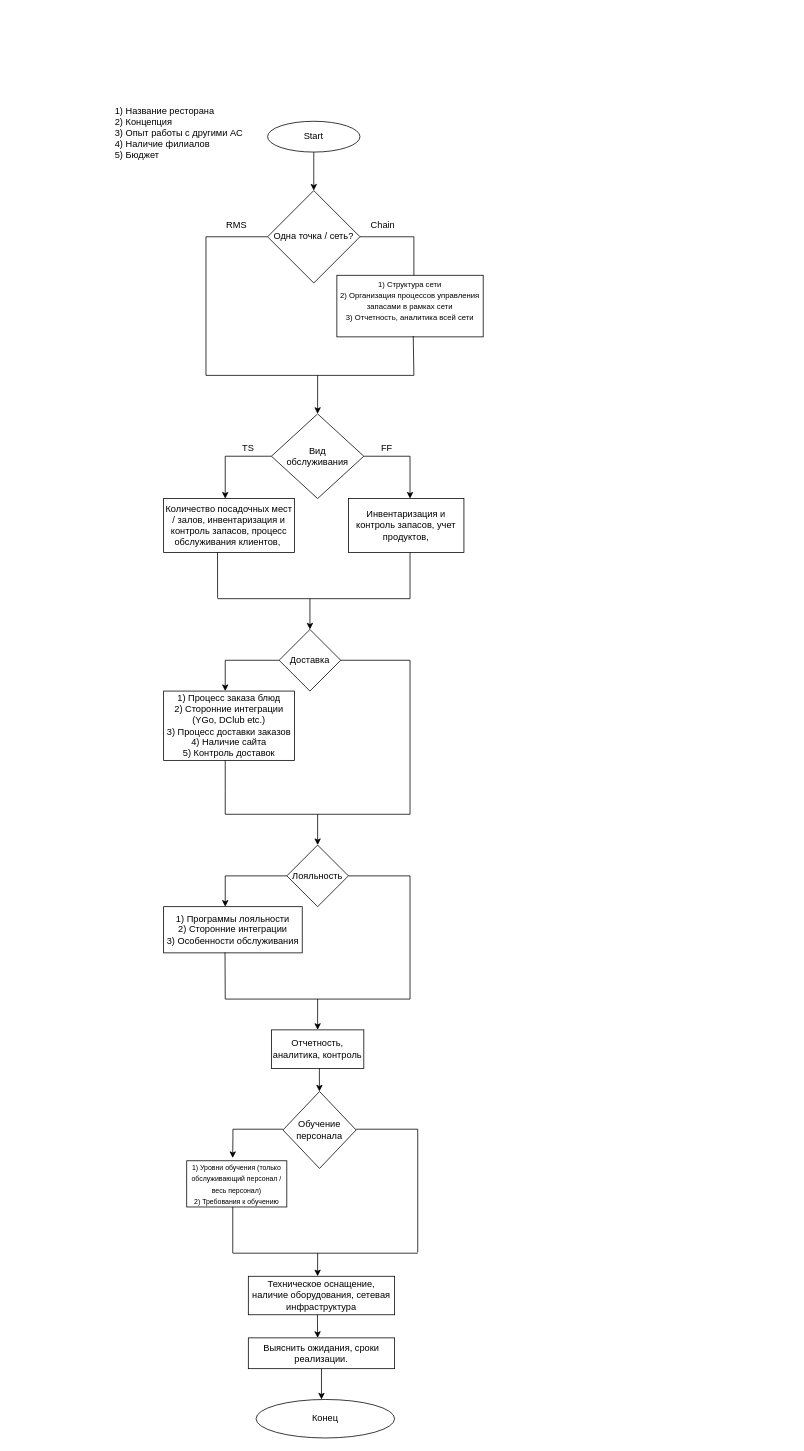
This is Диаграмма без названия.drawio from Luckybuzzzz/multibit, a draw.io file, before an edit. Source tidied: cells renumbered, new cells numbered last; positions are measured from the earlier drawing's top-left corner, leaving out a move shared by most shapes. Both pictures are drawn from the tidied source at 77%, with x=0, y=0 at pixel (113, 98).
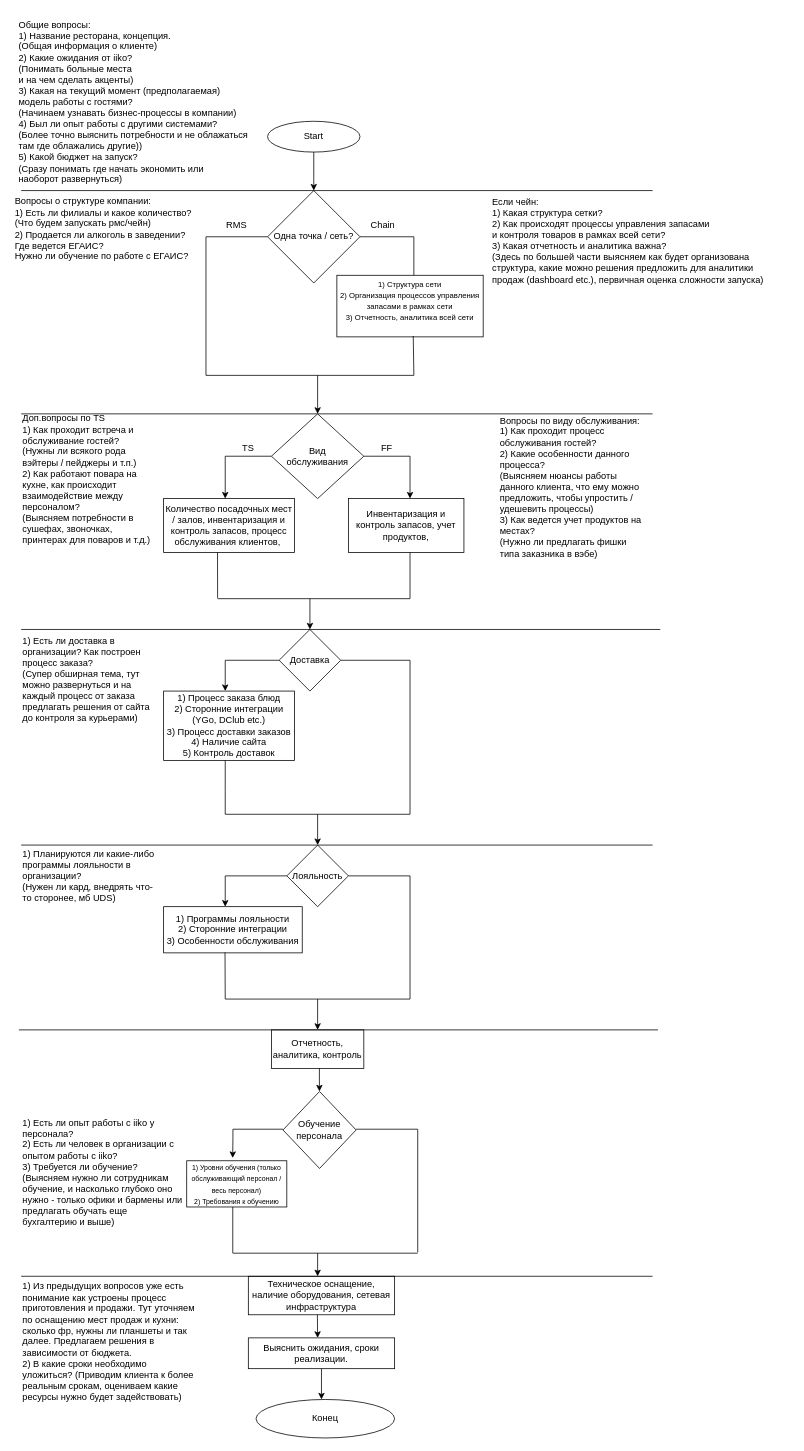
After the change.

What changed in the source:
```diff
@@
-    <mxCell id="53" value="&lt;div style=&quot;&quot;&gt;1) Название ресторана&lt;/div&gt;&lt;div&gt;2) Концепция&lt;/div&gt;&lt;div&gt;3) Опыт работы с другими АС&lt;/div&gt;&lt;div&gt;4) Наличие филиалов&lt;/div&gt;&lt;div&gt;5) Бюджет&lt;/div&gt;" style="text;html=1;strokeColor=none;fillColor=none;align=left;verticalAlign=middle;whiteSpace=wrap;rounded=0;" parent="1" vertex="1">
-      <mxGeometry width="170" height="90" as="geometry" />
-    </mxCell>
+    <mxCell id="54" style="endArrow=none;html=1;rounded=0;" parent="1" edge="1">
+      <mxGeometry relative="1" as="geometry">
+        <mxPoint x="-120" y="120" as="sourcePoint" />
+        <mxPoint x="700" y="120" as="targetPoint" />
+      </mxGeometry>
+    </mxCell>
+    <mxCell id="55" style="endArrow=none;html=1;rounded=0;" parent="1" edge="1">
+      <mxGeometry relative="1" as="geometry">
+        <mxPoint x="-120" y="410" as="sourcePoint" />
+        <mxPoint x="700" y="410" as="targetPoint" />
+      </mxGeometry>
+    </mxCell>
+    <mxCell id="56" value="Общие вопросы:&lt;br&gt;1) Название ресторана, концепция.&lt;br&gt;(Общая информация о клиенте)&lt;br&gt;2) Какие ожидания от iiko?&lt;br&gt;(Понимать больные места &lt;br&gt;и на чем сделать акценты)&lt;br&gt;3) Какая на текущий момент (предполагаемая)&lt;br&gt;модель работы с гостями?&lt;br&gt;(Начинаем узнавать бизнес-процессы в компании)&lt;br&gt;4) Был ли опыт работы с другими системами?&lt;br&gt;(Более точно выяснить потребности и не облажаться&lt;br&gt;там где облажались другие))&lt;br&gt;5) Какой бюджет на запуск?&lt;br&gt;(Сразу понимать где начать экономить или&amp;nbsp;&lt;br&gt;наоборот развернуться)" style="text;html=1;align=left;verticalAlign=middle;strokeColor=none;fillColor=none;rotation=0;" parent="1" vertex="1">
+      <mxGeometry x="-125" y="-110" width="330" height="230" as="geometry" />
+    </mxCell>
+    <mxCell id="57" value="Вопросы о структуре компании:&lt;br&gt;1) Есть ли филиалы и какое количество?&lt;br&gt;(Что будем запускать рмс/чейн)&lt;br&gt;2) Продается ли алкоголь в заведении?&lt;br&gt;Где ведется ЕГАИС? &lt;br&gt;Нужно ли обучение по работе с ЕГАИС?" style="text;html=1;align=left;verticalAlign=middle;strokeColor=none;fillColor=none;" parent="1" vertex="1">
+      <mxGeometry x="-130" y="120" width="260" height="100" as="geometry" />
+    </mxCell>
+    <mxCell id="58" value="Если чейн:&lt;br&gt;1) Какая структура сетки?&lt;br&gt;2) Как происходят процессы управления запасами&lt;br&gt;и контроля товаров в рамках всей сети?&lt;br&gt;3) Какая отчетность и аналитика важна?&lt;br&gt;(Здесь по большей части выясняем как будет организована&amp;nbsp;&lt;br&gt;структура, какие можно решения предложить для аналитики&lt;br&gt;продаж (dashboard etc.), первичная оценка сложности запуска)" style="text;html=1;align=left;verticalAlign=middle;strokeColor=none;fillColor=none;" parent="1" vertex="1">
+      <mxGeometry x="490" y="120" width="390" height="130" as="geometry" />
+    </mxCell>
+    <mxCell id="59" style="endArrow=none;html=1;rounded=0;" parent="1" edge="1">
+      <mxGeometry relative="1" as="geometry">
+        <mxPoint x="-120" y="690" as="sourcePoint" />
+        <mxPoint x="710" y="690" as="targetPoint" />
+      </mxGeometry>
+    </mxCell>
+    <mxCell id="60" value="Вопросы по виду обслуживания:&lt;br&gt;1) Как проходит процесс обслуживания гостей?&lt;br&gt;2) Какие особенности данного процесса?&lt;br&gt;(Выясняем нюансы работы данного клиента, что ему можно предложить, чтобы упростить / удешевить процессы)&lt;br&gt;3) Как ведется учет продуктов на местах?&lt;br&gt;(Нужно ли предлагать фишки типа заказника в вэбе)&lt;br&gt;" style="text;html=1;strokeColor=none;fillColor=none;align=left;verticalAlign=middle;whiteSpace=wrap;rounded=0;" parent="1" vertex="1">
+      <mxGeometry x="500" y="490" width="190" height="30" as="geometry" />
+    </mxCell>
+    <mxCell id="61" value="Доп.вопросы по TS&lt;br&gt;1) Как проходит встреча и обслуживание гостей?&lt;br&gt;(Нужны ли всякого рода вэйтеры / пейджеры и т.п.)&lt;br&gt;2) Как работают повара на кухне, как происходит взаимодействие между персоналом?&lt;br&gt;(Выясняем потребности в сушефах, звоночках, принтерах для поваров и т.д.)" style="text;html=1;strokeColor=none;fillColor=none;align=left;verticalAlign=middle;whiteSpace=wrap;rounded=0;" parent="1" vertex="1">
+      <mxGeometry x="-120" y="480" width="170" height="30" as="geometry" />
+    </mxCell>
+    <mxCell id="62" style="endArrow=none;html=1;rounded=0;" parent="1" edge="1">
+      <mxGeometry relative="1" as="geometry">
+        <mxPoint x="-120" y="970" as="sourcePoint" />
+        <mxPoint x="700" y="970" as="targetPoint" />
+      </mxGeometry>
+    </mxCell>
+    <mxCell id="63" value="1) Есть ли доставка в организации? Как построен процесс заказа?&lt;br&gt;(Супер обширная тема, тут можно развернуться и на каждый процесс от заказа предлагать решения от сайта до контроля за курьерами)" style="text;html=1;strokeColor=none;fillColor=none;align=left;verticalAlign=middle;whiteSpace=wrap;rounded=0;" parent="1" vertex="1">
+      <mxGeometry x="-120" y="740" width="170" height="30" as="geometry" />
+    </mxCell>
+    <mxCell id="64" style="endArrow=none;html=1;rounded=0;" parent="1" edge="1">
+      <mxGeometry relative="1" as="geometry">
+        <mxPoint x="-123" y="1210" as="sourcePoint" />
+        <mxPoint x="707" y="1210" as="targetPoint" />
+      </mxGeometry>
+    </mxCell>
+    <mxCell id="65" value="1) Планируются ли какие-либо программы лояльности в организации?&lt;br&gt;(Нужен ли кард, внедрять что-то сторонее, мб UDS)" style="text;html=1;strokeColor=none;fillColor=none;align=left;verticalAlign=middle;whiteSpace=wrap;rounded=0;" parent="1" vertex="1">
+      <mxGeometry x="-120" y="995" width="180" height="30" as="geometry" />
+    </mxCell>
+    <mxCell id="66" value="1) Есть ли опыт работы с iiko у персонала?&lt;br&gt;2) Есть ли человек в организации с опытом работы с iiko?&lt;br&gt;3) Требуется ли обучение?&lt;br&gt;(Выясняем нужно ли сотрудникам обучение, и насколько глубоко оно нужно - только офики и бармены или предлагать обучать еще бухгалтерию и выше)" style="text;html=1;strokeColor=none;fillColor=none;align=left;verticalAlign=middle;whiteSpace=wrap;rounded=0;" parent="1" vertex="1">
+      <mxGeometry x="-120" y="1380" width="210" height="30" as="geometry" />
+    </mxCell>
+    <mxCell id="67" style="endArrow=none;html=1;rounded=0;" parent="1" edge="1">
+      <mxGeometry relative="1" as="geometry">
+        <mxPoint x="-120" y="1530" as="sourcePoint" />
+        <mxPoint x="700" y="1530" as="targetPoint" />
+      </mxGeometry>
+    </mxCell>
+    <mxCell id="68" value="1) Из предыдущих вопросов уже есть понимание как устроены процесс приготовления и продажи. Тут уточняем по оснащению мест продаж и кухни: сколько фр, нужны ли планшеты и так далее. Предлагаем решения в зависимости от бюджета.&lt;br&gt;2) В какие сроки необходимо уложиться? (Приводим клиента к более реальным срокам, оцениваем какие ресурсы нужно будет задействовать)" style="text;html=1;strokeColor=none;fillColor=none;align=left;verticalAlign=middle;whiteSpace=wrap;rounded=0;" parent="1" vertex="1">
+      <mxGeometry x="-120" y="1600" width="230" height="30" as="geometry" />
+    </mxCell>
```
